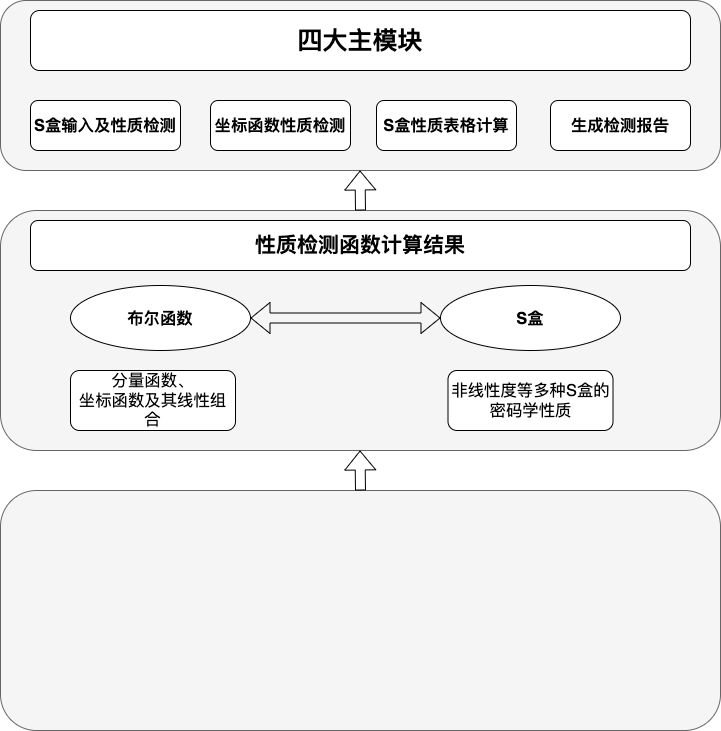
GRHun/image-PicX keeps this draw.io diagram as jiagou.png. Above is the earlier version. Source tidied: cells renumbered, new cells last; positions are measured from the earlier drawing's top-left corner, leaving out a move shared by most shapes.
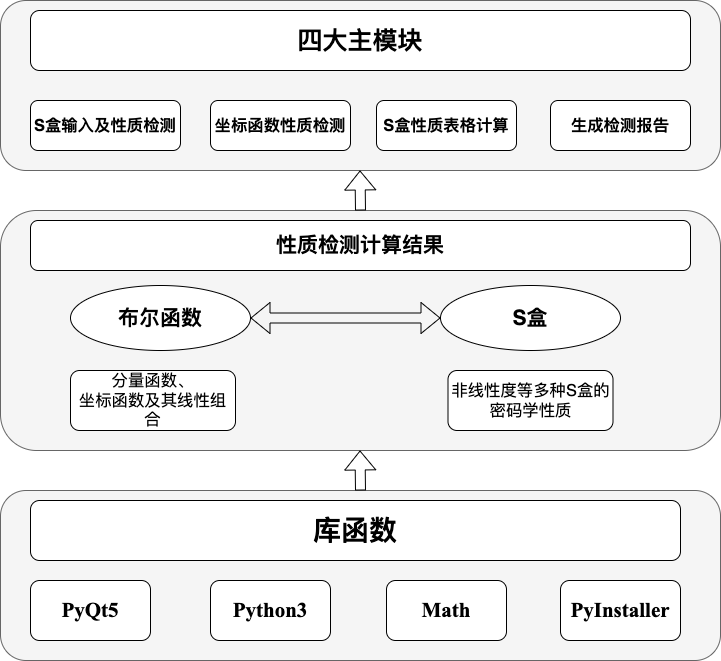
After the commit.

The edit, as a diff of the source:
```diff
@@ -23,7 +23,7 @@
     <mxCell id="8" style="rounded=1;whiteSpace=wrap;html=1;labelBackgroundColor=#99FFFF;fontFamily=Times New Roman;fillColor=#f5f5f5;strokeColor=#666666;glass=0;shadow=0;sketch=0;fontColor=#333333;" parent="1" vertex="1">
       <mxGeometry y="210" width="720" height="240" as="geometry" />
     </mxCell>
-    <mxCell id="9" value="&lt;h2&gt;性质检测函数计算结果&lt;/h2&gt;" style="rounded=1;whiteSpace=wrap;html=1;shadow=0;glass=0;sketch=0;fontSize=14;" parent="1" vertex="1">
+    <mxCell id="9" value="&lt;h2&gt;性质检测计算结果&lt;/h2&gt;" style="rounded=1;whiteSpace=wrap;html=1;shadow=0;glass=0;sketch=0;fontSize=14;" parent="1" vertex="1">
       <mxGeometry x="30" y="220" width="660" height="50" as="geometry" />
     </mxCell>
     <mxCell id="10" style="shape=flexArrow;endArrow=classic;html=1;rounded=0;fontSize=14;" parent="1" edge="1">
@@ -32,10 +32,10 @@
         <mxPoint x="359.5" y="170" as="targetPoint" />
       </mxGeometry>
     </mxCell>
-    <mxCell id="11" value="&lt;h3&gt;布尔函数&lt;/h3&gt;" style="ellipse;whiteSpace=wrap;html=1;rounded=1;shadow=0;glass=0;sketch=0;fontSize=14;" parent="1" vertex="1">
+    <mxCell id="11" value="&lt;h2&gt;布尔函数&lt;/h2&gt;" style="ellipse;whiteSpace=wrap;html=1;rounded=1;shadow=0;glass=0;sketch=0;fontSize=14;" parent="1" vertex="1">
       <mxGeometry x="70" y="285" width="180" height="65" as="geometry" />
     </mxCell>
-    <mxCell id="12" value="&lt;h3&gt;S盒&lt;/h3&gt;" style="ellipse;whiteSpace=wrap;html=1;rounded=1;shadow=0;glass=0;sketch=0;fontSize=14;" parent="1" vertex="1">
+    <mxCell id="12" value="&lt;h2&gt;S盒&lt;/h2&gt;" style="ellipse;whiteSpace=wrap;html=1;rounded=1;shadow=0;glass=0;sketch=0;fontSize=14;" parent="1" vertex="1">
       <mxGeometry x="440" y="285" width="180" height="65" as="geometry" />
     </mxCell>
     <mxCell id="13" style="shape=flexArrow;endArrow=classic;startArrow=classic;html=1;rounded=0;fontSize=14;exitX=1;exitY=0.5;exitDx=0;exitDy=0;entryX=0;entryY=0.5;entryDx=0;entryDy=0;" parent="1" edge="1" source="11" target="12">
@@ -48,7 +48,7 @@
       <mxGeometry x="447.5" y="370" width="165" height="60" as="geometry" />
     </mxCell>
     <mxCell id="16" style="rounded=1;whiteSpace=wrap;html=1;labelBackgroundColor=#99FFFF;fontFamily=Times New Roman;fillColor=#f5f5f5;strokeColor=#666666;glass=0;shadow=0;sketch=0;fontColor=#333333;" parent="1" vertex="1">
-      <mxGeometry y="490" width="720" height="240" as="geometry" />
+      <mxGeometry y="490" width="720" height="170" as="geometry" />
     </mxCell>
     <mxCell id="17" style="shape=flexArrow;endArrow=classic;html=1;rounded=0;fontSize=14;" parent="1" edge="1">
       <mxGeometry relative="1" as="geometry">
@@ -56,5 +56,20 @@
         <mxPoint x="359.5" y="450" as="targetPoint" />
       </mxGeometry>
     </mxCell>
+    <mxCell id="18" value="&lt;h1&gt;库函数&lt;/h1&gt;" style="rounded=1;whiteSpace=wrap;html=1;shadow=0;glass=0;sketch=0;fontSize=14;" parent="1" vertex="1">
+      <mxGeometry x="30" y="500" width="650" height="60" as="geometry" />
+    </mxCell>
+    <mxCell id="19" value="&lt;h2&gt;&lt;font face=&quot;Times New Roman&quot;&gt;PyQt5&lt;/font&gt;&lt;/h2&gt;" style="rounded=1;whiteSpace=wrap;html=1;shadow=0;glass=0;sketch=0;fontSize=14;" parent="1" vertex="1">
+      <mxGeometry x="30" y="580" width="120" height="60" as="geometry" />
+    </mxCell>
+    <mxCell id="20" value="&lt;h2&gt;&lt;font face=&quot;Times New Roman&quot;&gt;Python3&lt;/font&gt;&lt;/h2&gt;" style="rounded=1;whiteSpace=wrap;html=1;shadow=0;glass=0;sketch=0;fontSize=14;" parent="1" vertex="1">
+      <mxGeometry x="210" y="580" width="120" height="60" as="geometry" />
+    </mxCell>
+    <mxCell id="21" value="&lt;h2&gt;&lt;font face=&quot;Times New Roman&quot;&gt;Math&lt;/font&gt;&lt;/h2&gt;" style="rounded=1;whiteSpace=wrap;html=1;shadow=0;glass=0;sketch=0;fontSize=14;" parent="1" vertex="1">
+      <mxGeometry x="386" y="580" width="120" height="60" as="geometry" />
+    </mxCell>
+    <mxCell id="22" value="&lt;h2&gt;&lt;font face=&quot;Times New Roman&quot;&gt;PyInstaller&lt;/font&gt;&lt;/h2&gt;" style="rounded=1;whiteSpace=wrap;html=1;shadow=0;glass=0;sketch=0;fontSize=14;" parent="1" vertex="1">
+      <mxGeometry x="560" y="580" width="120" height="60" as="geometry" />
+    </mxCell>
   </root>
 </mxGraphModel>
```
